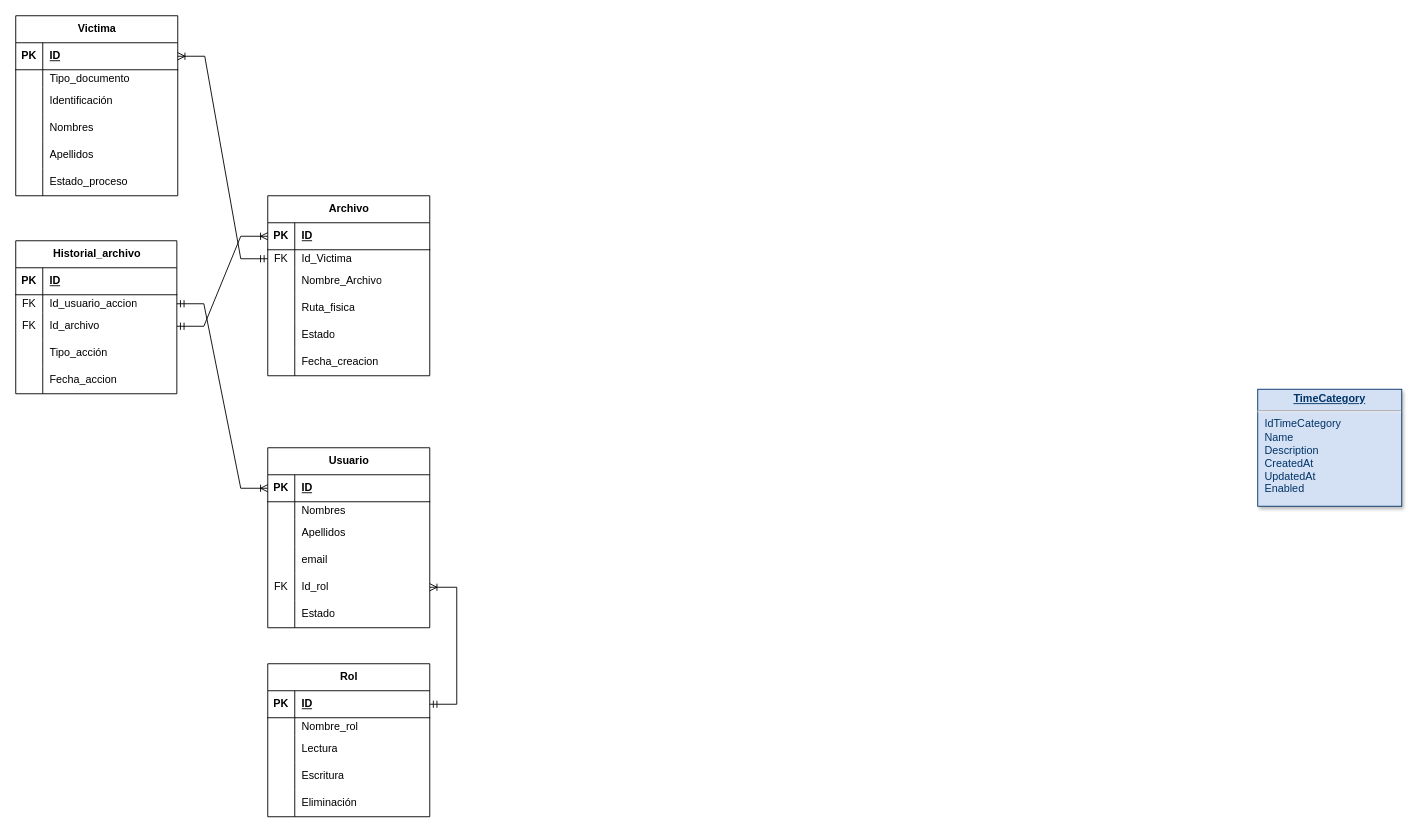
The draw.io diagram Entidad-relacion documental restitucion de tierras.drawio in nrb3098/ProyectoVictimasAPE, before the edit. Source tidied: cells renumbered, new cells numbered last; positions are measured from the earlier drawing's top-left corner, leaving out a move shared by most shapes. Both pictures are drawn from the tidied source at 90%, with x=0, y=0 at pixel (15, 15).
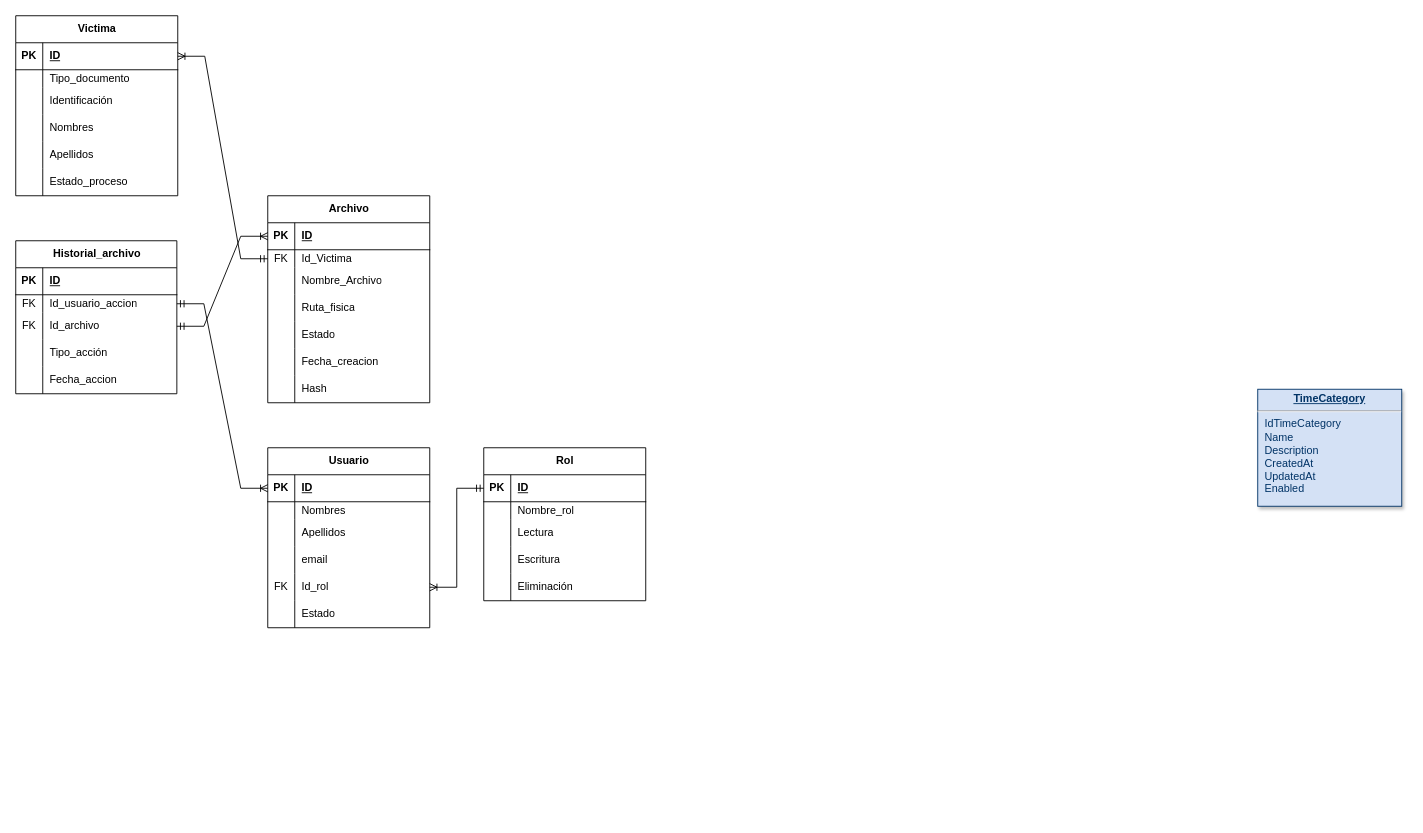
The same page after the edit.

Diff of the diagram source:
```diff
@@
     <mxCell id="41" value="Archivo" style="shape=table;startSize=30;childLayout=tableLayout;rowLines=0;fontStyle=1;align=center;html=1;" parent="1" vertex="1">
-      <mxGeometry x="280" y="200" width="180" height="200" as="geometry" />
+      <mxGeometry x="280" y="200" width="180" height="230" as="geometry" />
     </mxCell>
@@
+    <mxCell id="96" style="shape=tableRow;horizontal=0;startSize=0;swimlaneHead=0;swimlaneBody=0;fillColor=none;top=0;left=0;right=0;bottom=0;" parent="41" vertex="1">
+      <mxGeometry y="200" width="180" height="30" as="geometry" />
+    </mxCell>
+    <mxCell id="97" style="shape=partialRectangle;fillColor=none;top=0;left=0;bottom=0;right=0;overflow=hidden;whiteSpace=wrap;html=1;" parent="96" vertex="1">
+      <mxGeometry width="30" height="30" as="geometry" />
+    </mxCell>
+    <mxCell id="98" value="Hash" style="shape=partialRectangle;fillColor=none;top=0;left=0;bottom=0;right=0;align=left;spacingLeft=6;overflow=hidden;whiteSpace=wrap;html=1;" parent="96" vertex="1">
+      <mxGeometry x="30" width="150" height="30" as="geometry" />
+    </mxCell>
@@
     <mxCell id="79" value="Rol" style="shape=table;startSize=30;childLayout=tableLayout;rowLines=0;fontStyle=1;align=center;html=1;" parent="1" vertex="1">
-      <mxGeometry x="280" y="720" width="180" height="170" as="geometry" />
+      <mxGeometry x="520" y="480" width="180" height="170" as="geometry" />
     </mxCell>
```
